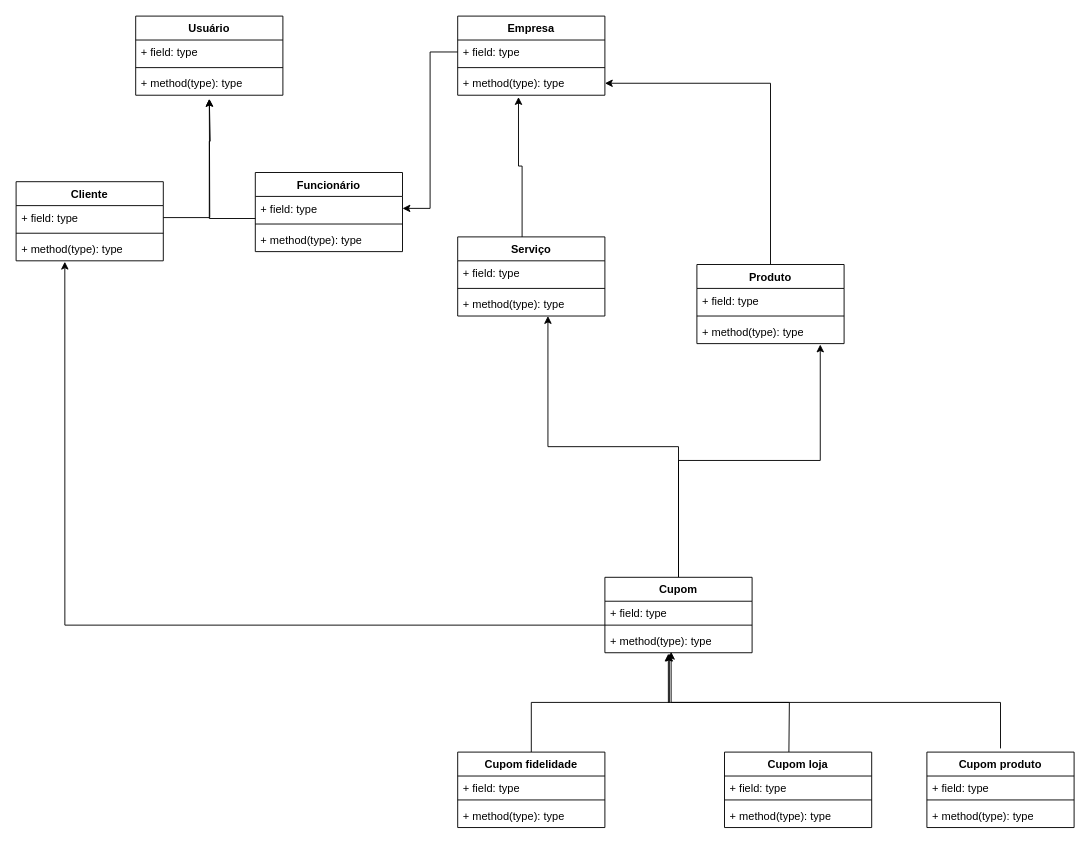
Above: page "Diagrama de classe" (2 of 2) of cuponDesconto.drawio in fpspeixoto/Diagramas (draw.io), before the change. Source tidied: cells renumbered, new cells numbered last; positions are measured from the earlier drawing's top-left corner, leaving out a move shared by most shapes. Both pictures are drawn from the tidied source at 92%, with x=0, y=0 at pixel (16, 16).
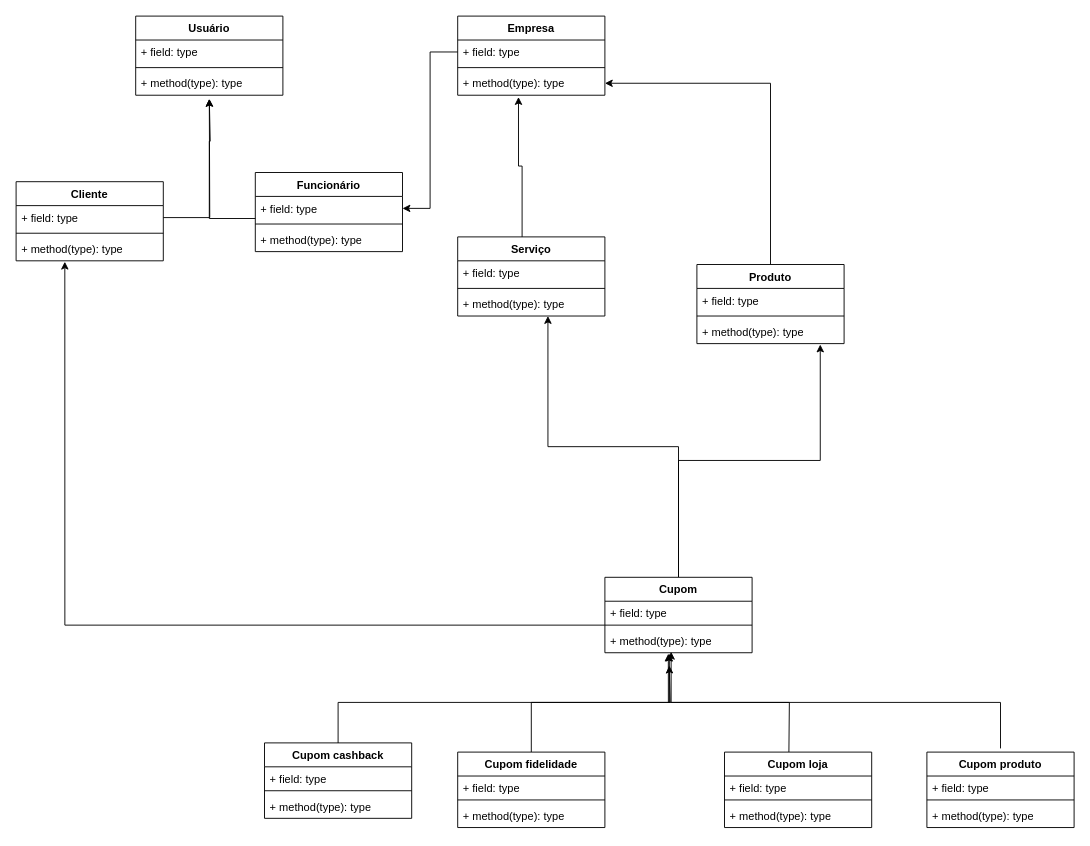
The same page after the edit.

Diff of the diagram source:
```diff
@@
+    <mxCell id="53" style="edgeStyle=orthogonalEdgeStyle;rounded=0;orthogonalLoop=1;jettySize=auto;html=1;" parent="1" edge="1">
+      <mxGeometry relative="1" as="geometry">
+        <mxPoint x="350" y="796" as="sourcePoint" />
+        <mxPoint x="710" y="706" as="targetPoint" />
+        <Array as="points">
+          <mxPoint x="350" y="746" />
+          <mxPoint x="711" y="746" />
+        </Array>
+      </mxGeometry>
+    </mxCell>
+    <mxCell id="54" value="Cupom cashback" style="swimlane;fontStyle=1;align=center;verticalAlign=top;horizontal=1;startSize=26;whiteSpace=wrap;html=1;" parent="1" vertex="1">
+      <mxGeometry x="270" y="790" width="160" height="82" as="geometry" />
+    </mxCell>
+    <mxCell id="55" value="+ field: type" style="text;strokeColor=none;fillColor=none;align=left;verticalAlign=top;spacingLeft=4;spacingRight=4;overflow=hidden;whiteSpace=wrap;html=1;" parent="54" vertex="1">
+      <mxGeometry y="26" width="160" height="22" as="geometry" />
+    </mxCell>
+    <mxCell id="56" style="line;strokeWidth=1;fillColor=none;align=left;verticalAlign=middle;spacingTop=-1;spacingLeft=3;spacingRight=3;labelPosition=right;strokeColor=inherit;" parent="54" vertex="1">
+      <mxGeometry y="48" width="160" height="8" as="geometry" />
+    </mxCell>
+    <mxCell id="57" value="+ method(type): type" style="text;strokeColor=none;fillColor=none;align=left;verticalAlign=top;spacingLeft=4;spacingRight=4;overflow=hidden;whiteSpace=wrap;html=1;" parent="54" vertex="1">
+      <mxGeometry y="56" width="160" height="26" as="geometry" />
+    </mxCell>
```
